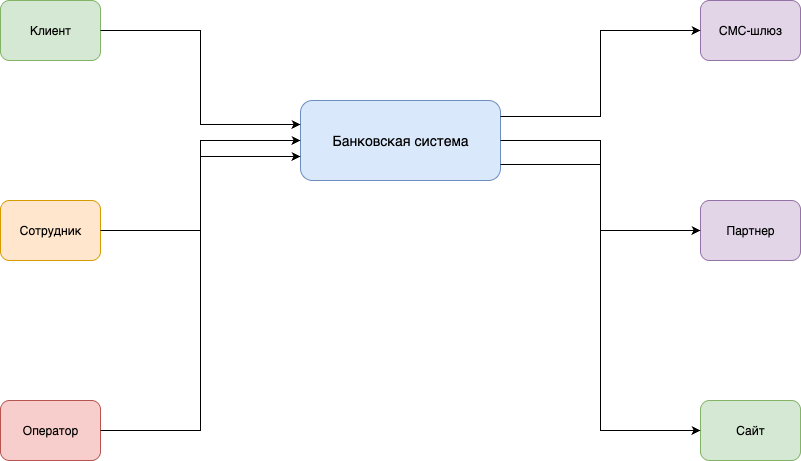
Mkuzya/architecture-standart keeps this draw.io diagram as Task3/Context_Diagram.drawio.png. Above is the earlier version. Source tidied: cells renumbered, new cells last; positions are measured from the earlier drawing's top-left corner, leaving out a move shared by most shapes. The source it was exported from:
```xml
<mxGraphModel>
  <root>
    <mxCell id="0" />
    <mxCell id="1" parent="0" />
    <mxCell id="2" value="Банковская система" style="rounded=1;whiteSpace=wrap;html=1;fillColor=#dae8fc;strokeColor=#6c8ebf;fontSize=14;" parent="1" vertex="1">
      <mxGeometry x="300" y="100" width="200" height="80" as="geometry" />
    </mxCell>
    <mxCell id="3" value="Клиент" style="rounded=1;whiteSpace=wrap;html=1;fillColor=#d5e8d4;strokeColor=#82b366;fontSize=12;" parent="1" vertex="1">
      <mxGeometry width="100" height="60" as="geometry" />
    </mxCell>
    <mxCell id="4" value="Сотрудник" style="rounded=1;whiteSpace=wrap;html=1;fillColor=#ffe6cc;strokeColor=#d79b00;fontSize=12;" parent="1" vertex="1">
      <mxGeometry y="200" width="100" height="60" as="geometry" />
    </mxCell>
    <mxCell id="5" value="Оператор" style="rounded=1;whiteSpace=wrap;html=1;fillColor=#f8cecc;strokeColor=#b85450;fontSize=12;" parent="1" vertex="1">
      <mxGeometry y="400" width="100" height="60" as="geometry" />
    </mxCell>
    <mxCell id="6" value="СМС-шлюз" style="rounded=1;whiteSpace=wrap;html=1;fillColor=#e1d5e7;strokeColor=#9673a6;fontSize=12;" parent="1" vertex="1">
      <mxGeometry x="700" width="100" height="60" as="geometry" />
    </mxCell>
    <mxCell id="7" value="Партнер" style="rounded=1;whiteSpace=wrap;html=1;fillColor=#e1d5e7;strokeColor=#9673a6;fontSize=12;" parent="1" vertex="1">
      <mxGeometry x="700" y="200" width="100" height="60" as="geometry" />
    </mxCell>
    <mxCell id="8" value="Сайт" style="rounded=1;whiteSpace=wrap;html=1;fillColor=#d5e8d4;strokeColor=#82b366;fontSize=12;" parent="1" vertex="1">
      <mxGeometry x="700" y="400" width="100" height="60" as="geometry" />
    </mxCell>
    <mxCell id="9" style="edgeStyle=orthogonalEdgeStyle;rounded=0;jettySize=auto;html=1;exitX=1;exitY=0.5;exitDx=0;exitDy=0;entryX=0;entryY=0.3;entryDx=0;entryDy=0;" parent="1" edge="1" source="3" target="2">
      <mxGeometry relative="1" as="geometry" />
    </mxCell>
    <mxCell id="10" style="edgeStyle=orthogonalEdgeStyle;rounded=0;jettySize=auto;html=1;exitX=1;exitY=0.5;exitDx=0;exitDy=0;entryX=0;entryY=0.5;entryDx=0;entryDy=0;" parent="1" edge="1" source="4" target="2">
      <mxGeometry relative="1" as="geometry" />
    </mxCell>
    <mxCell id="11" style="edgeStyle=orthogonalEdgeStyle;rounded=0;jettySize=auto;html=1;exitX=1;exitY=0.5;exitDx=0;exitDy=0;entryX=0;entryY=0.7;entryDx=0;entryDy=0;" parent="1" edge="1" source="5" target="2">
      <mxGeometry relative="1" as="geometry" />
    </mxCell>
    <mxCell id="12" style="edgeStyle=orthogonalEdgeStyle;rounded=0;jettySize=auto;html=1;exitX=1;exitY=0.2;exitDx=0;exitDy=0;entryX=0;entryY=0.5;entryDx=0;entryDy=0;" parent="1" edge="1" source="2" target="6">
      <mxGeometry relative="1" as="geometry" />
    </mxCell>
    <mxCell id="13" style="edgeStyle=orthogonalEdgeStyle;rounded=0;jettySize=auto;html=1;exitX=1;exitY=0.5;exitDx=0;exitDy=0;entryX=0;entryY=0.5;entryDx=0;entryDy=0;" parent="1" edge="1" source="2" target="7">
      <mxGeometry relative="1" as="geometry" />
    </mxCell>
    <mxCell id="14" style="edgeStyle=orthogonalEdgeStyle;rounded=0;jettySize=auto;html=1;exitX=1;exitY=0.8;exitDx=0;exitDy=0;entryX=0;entryY=0.5;entryDx=0;entryDy=0;" parent="1" edge="1" source="2" target="8">
      <mxGeometry relative="1" as="geometry" />
    </mxCell>
  </root>
</mxGraphModel>
```
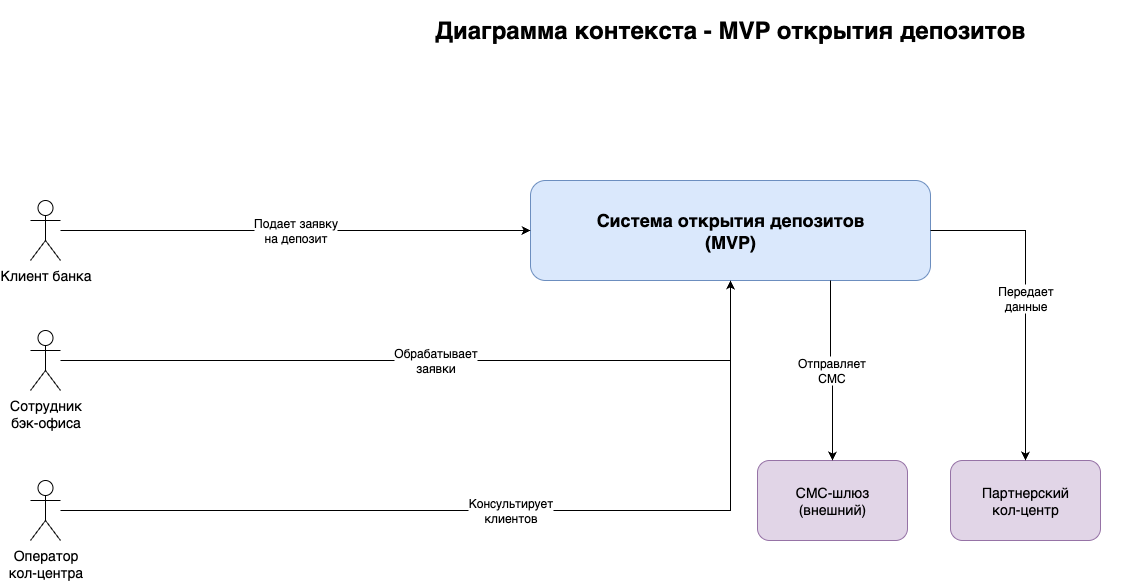
Above is the later version.

Diff of the diagram source:
```diff
@@ -2,44 +2,41 @@
   <root>
     <mxCell id="0" />
     <mxCell id="1" parent="0" />
-    <mxCell id="2" value="Банковская система" style="rounded=1;whiteSpace=wrap;html=1;fillColor=#dae8fc;strokeColor=#6c8ebf;fontSize=14;" parent="1" vertex="1">
-      <mxGeometry x="300" y="100" width="200" height="80" as="geometry" />
-    </mxCell>
-    <mxCell id="3" value="Клиент" style="rounded=1;whiteSpace=wrap;html=1;fillColor=#d5e8d4;strokeColor=#82b366;fontSize=12;" parent="1" vertex="1">
-      <mxGeometry width="100" height="60" as="geometry" />
-    </mxCell>
-    <mxCell id="4" value="Сотрудник" style="rounded=1;whiteSpace=wrap;html=1;fillColor=#ffe6cc;strokeColor=#d79b00;fontSize=12;" parent="1" vertex="1">
-      <mxGeometry y="200" width="100" height="60" as="geometry" />
-    </mxCell>
-    <mxCell id="5" value="Оператор" style="rounded=1;whiteSpace=wrap;html=1;fillColor=#f8cecc;strokeColor=#b85450;fontSize=12;" parent="1" vertex="1">
-      <mxGeometry y="400" width="100" height="60" as="geometry" />
-    </mxCell>
-    <mxCell id="6" value="СМС-шлюз" style="rounded=1;whiteSpace=wrap;html=1;fillColor=#e1d5e7;strokeColor=#9673a6;fontSize=12;" parent="1" vertex="1">
-      <mxGeometry x="700" width="100" height="60" as="geometry" />
-    </mxCell>
-    <mxCell id="7" value="Партнер" style="rounded=1;whiteSpace=wrap;html=1;fillColor=#e1d5e7;strokeColor=#9673a6;fontSize=12;" parent="1" vertex="1">
-      <mxGeometry x="700" y="200" width="100" height="60" as="geometry" />
-    </mxCell>
-    <mxCell id="8" value="Сайт" style="rounded=1;whiteSpace=wrap;html=1;fillColor=#d5e8d4;strokeColor=#82b366;fontSize=12;" parent="1" vertex="1">
-      <mxGeometry x="700" y="400" width="100" height="60" as="geometry" />
-    </mxCell>
-    <mxCell id="9" style="edgeStyle=orthogonalEdgeStyle;rounded=0;jettySize=auto;html=1;exitX=1;exitY=0.5;exitDx=0;exitDy=0;entryX=0;entryY=0.3;entryDx=0;entryDy=0;" parent="1" edge="1" source="3" target="2">
-      <mxGeometry relative="1" as="geometry" />
-    </mxCell>
-    <mxCell id="10" style="edgeStyle=orthogonalEdgeStyle;rounded=0;jettySize=auto;html=1;exitX=1;exitY=0.5;exitDx=0;exitDy=0;entryX=0;entryY=0.5;entryDx=0;entryDy=0;" parent="1" edge="1" source="4" target="2">
-      <mxGeometry relative="1" as="geometry" />
-    </mxCell>
-    <mxCell id="11" style="edgeStyle=orthogonalEdgeStyle;rounded=0;jettySize=auto;html=1;exitX=1;exitY=0.5;exitDx=0;exitDy=0;entryX=0;entryY=0.7;entryDx=0;entryDy=0;" parent="1" edge="1" source="5" target="2">
-      <mxGeometry relative="1" as="geometry" />
-    </mxCell>
-    <mxCell id="12" style="edgeStyle=orthogonalEdgeStyle;rounded=0;jettySize=auto;html=1;exitX=1;exitY=0.2;exitDx=0;exitDy=0;entryX=0;entryY=0.5;entryDx=0;entryDy=0;" parent="1" edge="1" source="2" target="6">
-      <mxGeometry relative="1" as="geometry" />
-    </mxCell>
-    <mxCell id="13" style="edgeStyle=orthogonalEdgeStyle;rounded=0;jettySize=auto;html=1;exitX=1;exitY=0.5;exitDx=0;exitDy=0;entryX=0;entryY=0.5;entryDx=0;entryDy=0;" parent="1" edge="1" source="2" target="7">
-      <mxGeometry relative="1" as="geometry" />
-    </mxCell>
-    <mxCell id="14" style="edgeStyle=orthogonalEdgeStyle;rounded=0;jettySize=auto;html=1;exitX=1;exitY=0.8;exitDx=0;exitDy=0;entryX=0;entryY=0.5;entryDx=0;entryDy=0;" parent="1" edge="1" source="2" target="8">
-      <mxGeometry relative="1" as="geometry" />
-    </mxCell>
+    <mxCell id="15" value="Диаграмма контекста - MVP открытия депозитов" style="text;html=1;align=center;verticalAlign=middle;whiteSpace=wrap;rounded=0;fontSize=24;fontStyle=1;" parent="1" vertex="1">
+      <mxGeometry x="300" y="-180" width="800" height="60" as="geometry" />
+    </mxCell>
+    <mxCell id="16" value="Система открытия депозитов&lt;div&gt;(MVP)&lt;/div&gt;" style="rounded=1;whiteSpace=wrap;html=1;fillColor=#dae8fc;strokeColor=#6c8ebf;fontSize=18;fontStyle=1;" parent="1" vertex="1">
+      <mxGeometry x="500" width="400" height="100" as="geometry" />
+    </mxCell>
+    <mxCell id="17" value="Клиент банка" style="shape=umlActor;verticalLabelPosition=bottom;verticalAlign=top;html=1;outlineConnect=0;fontSize=14;" parent="1" vertex="1">
+      <mxGeometry y="20" width="30" height="60" as="geometry" />
+    </mxCell>
+    <mxCell id="18" value="Сотрудник&lt;div&gt;бэк-офиса&lt;/div&gt;" style="shape=umlActor;verticalLabelPosition=bottom;verticalAlign=top;html=1;outlineConnect=0;fontSize=14;" parent="1" vertex="1">
+      <mxGeometry y="150" width="30" height="60" as="geometry" />
+    </mxCell>
+    <mxCell id="19" value="Оператор&lt;div&gt;кол-центра&lt;/div&gt;" style="shape=umlActor;verticalLabelPosition=bottom;verticalAlign=top;html=1;outlineConnect=0;fontSize=14;" parent="1" vertex="1">
+      <mxGeometry y="300" width="30" height="60" as="geometry" />
+    </mxCell>
+    <mxCell id="20" value="СМС-шлюз&lt;div&gt;(внешний)&lt;/div&gt;" style="rounded=1;whiteSpace=wrap;html=1;fillColor=#e1d5e7;strokeColor=#9673a6;fontSize=14;" parent="1" vertex="1">
+      <mxGeometry x="727" y="280" width="150" height="80" as="geometry" />
+    </mxCell>
+    <mxCell id="21" value="Партнерский&lt;div&gt;кол-центр&lt;/div&gt;" style="rounded=1;whiteSpace=wrap;html=1;fillColor=#e1d5e7;strokeColor=#9673a6;fontSize=14;" parent="1" vertex="1">
+      <mxGeometry x="920" y="280" width="150" height="80" as="geometry" />
+    </mxCell>
+    <mxCell id="22" value="Подает заявку&lt;div&gt;на депозит&lt;/div&gt;" style="edgeStyle=orthogonalEdgeStyle;rounded=0;jettySize=auto;html=1;fontSize=12;" parent="1" edge="1" source="17" target="16">
+      <mxGeometry relative="1" as="geometry" />
+    </mxCell>
+    <mxCell id="23" value="Обрабатывает&lt;div&gt;заявки&lt;/div&gt;" style="edgeStyle=orthogonalEdgeStyle;rounded=0;jettySize=auto;html=1;fontSize=12;" parent="1" edge="1" source="18" target="16">
+      <mxGeometry relative="1" as="geometry" />
+    </mxCell>
+    <mxCell id="24" value="Консультирует&lt;div&gt;клиентов&lt;/div&gt;" style="edgeStyle=orthogonalEdgeStyle;rounded=0;jettySize=auto;html=1;fontSize=12;" parent="1" edge="1" source="19" target="16">
+      <mxGeometry relative="1" as="geometry" />
+    </mxCell>
+    <mxCell id="25" value="Отправляет&lt;div&gt;СМС&lt;/div&gt;" style="edgeStyle=orthogonalEdgeStyle;rounded=0;jettySize=auto;html=1;fontSize=12;exitX=0.75;exitY=1;exitDx=0;exitDy=0;" parent="1" edge="1" source="16" target="20">
+      <mxGeometry relative="1" as="geometry" />
+    </mxCell>
+    <mxCell id="26" value="Передает&lt;div&gt;данные&lt;/div&gt;" style="edgeStyle=orthogonalEdgeStyle;rounded=0;jettySize=auto;html=1;fontSize=12;" parent="1" edge="1" source="16" target="21">
+      <mxGeometry relative="1" as="geometry" />
+    </mxCell>
   </root>
 </mxGraphModel>
```
